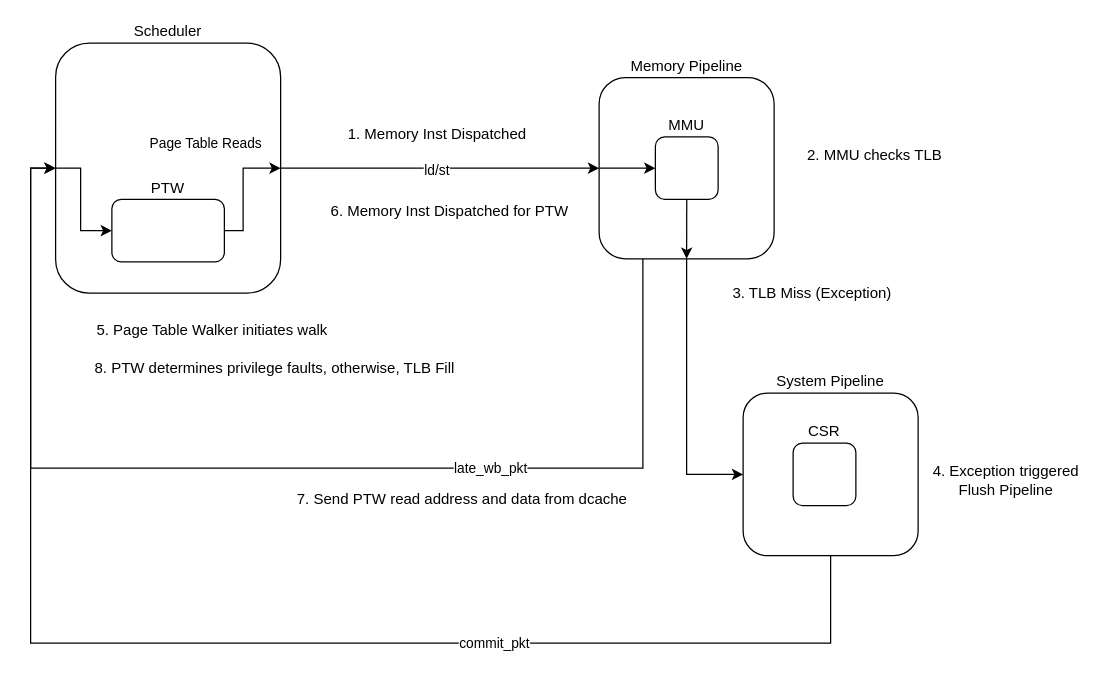
The draw.io diagram page "Privilege Fault" (7 of 8) of diagrams/black_parrot.drawio in JefferyLim/ec513_final_project, before the edit. Source tidied: cells renumbered, new cells numbered last; positions are measured from the earlier drawing's top-left corner, leaving out a move shared by most shapes. Both pictures are drawn from the tidied source at 125%, with x=0, y=0 at pixel (30, 42).
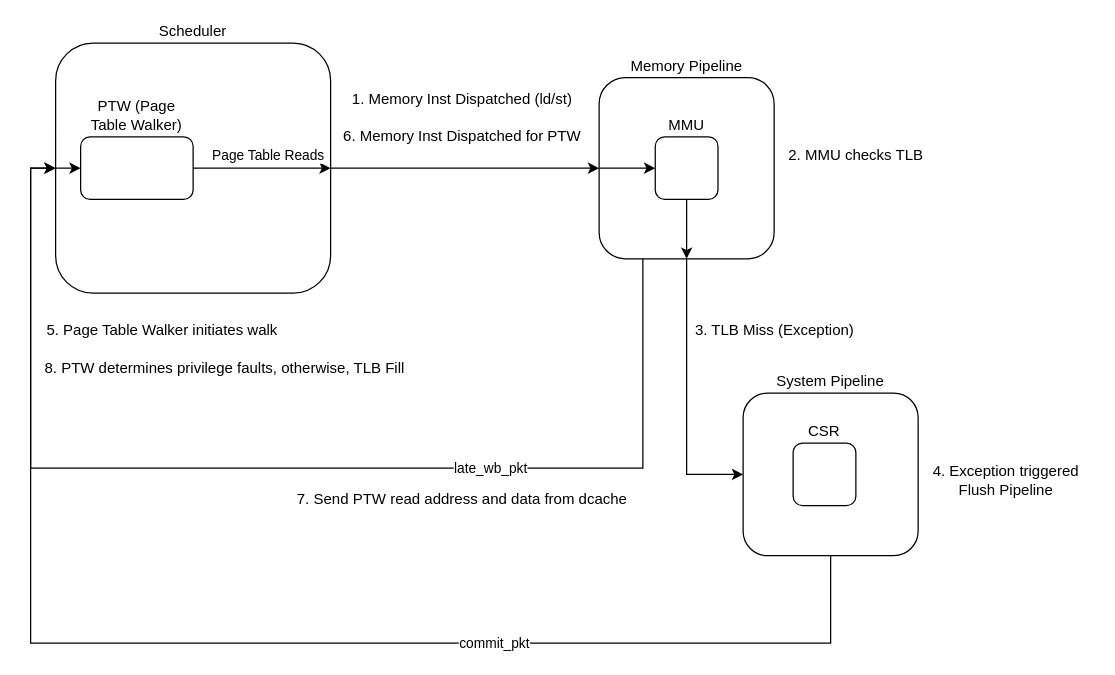
The same page after the edit.

Commit message (it also covers changes not shown here):
Adding more diagrams and milestone3 document

The change refers to these unchanged cells:
```xml
<mxCell id="2" style="edgeStyle=orthogonalEdgeStyle;rounded=0;jettySize=auto;html=1;" parent="1" edge="1" source="4" target="6">
  <mxGeometry relative="1" as="geometry" />
</mxCell>
```

Change to the diagram source:
```diff
@@
-    <mxCell id="3" value="ld/st" style="edgeLabel;html=1;align=center;verticalAlign=middle;" parent="2" vertex="1">
-      <mxGeometry x="-0.03" y="-1" relative="1" as="geometry" />
-    </mxCell>
     <mxCell id="4" value="Scheduler" style="rounded=1;whiteSpace=wrap;html=1;labelPosition=center;verticalLabelPosition=top;align=center;verticalAlign=bottom;" parent="1" vertex="1">
-      <mxGeometry x="20" width="180" height="200" as="geometry" />
+      <mxGeometry x="20" width="220" height="200" as="geometry" />
     </mxCell>
@@
-    <mxCell id="10" value="Page Table Reads" style="edgeStyle=orthogonalEdgeStyle;rounded=0;jettySize=auto;html=1;entryX=1;entryY=0.5;entryDx=0;entryDy=0;" parent="1" edge="1" source="11" target="4">
-      <mxGeometry x="0.37" y="36" relative="1" as="geometry">
+    <mxCell id="10" value="Page Table Reads" style="edgeStyle=orthogonalEdgeStyle;rounded=0;jettySize=auto;html=1;entryX=1;entryY=0.5;entryDx=0;entryDy=0;exitX=1;exitY=0.5;exitDx=0;exitDy=0;" parent="1" edge="1" source="11" target="4">
+      <mxGeometry x="0.09" y="10" relative="1" as="geometry">
         <Array as="points">
-          <mxPoint x="170" y="150" />
+          <mxPoint x="170" y="100" />
           <mxPoint x="170" y="100" />
         </Array>
-        <mxPoint x="-30" y="16" as="offset" />
       </mxGeometry>
     </mxCell>
-    <mxCell id="11" value="PTW" style="rounded=1;whiteSpace=wrap;html=1;labelPosition=center;verticalLabelPosition=top;align=center;verticalAlign=bottom;" parent="1" vertex="1">
-      <mxGeometry x="65" y="125" width="90" height="50" as="geometry" />
+    <mxCell id="11" value="PTW (Page Table Walker)" style="rounded=1;whiteSpace=wrap;html=1;labelPosition=center;verticalLabelPosition=top;align=center;verticalAlign=bottom;" parent="1" vertex="1">
+      <mxGeometry x="40" y="75" width="90" height="50" as="geometry" />
     </mxCell>
     <mxCell id="12" style="endArrow=classic;html=1;rounded=0;exitX=0;exitY=0.5;exitDx=0;exitDy=0;entryX=0;entryY=0.5;entryDx=0;entryDy=0;" parent="1" edge="1" source="4" target="11">
       <mxGeometry relative="1" as="geometry">
         <Array as="points">
           <mxPoint x="40" y="100" />
-          <mxPoint x="40" y="150" />
         </Array>
       </mxGeometry>
     </mxCell>
     <mxCell id="13" value="MMU" style="rounded=1;whiteSpace=wrap;html=1;labelPosition=center;verticalLabelPosition=top;align=center;verticalAlign=bottom;" parent="1" vertex="1">
-      <mxGeometry x="499.8" y="75" width="50.2" height="50" as="geometry" />
+      <mxGeometry x="499.7" y="75" width="50.2" height="50" as="geometry" />
     </mxCell>
@@
-    <mxCell id="16" value="1. Memory Inst Dispatched" style="text;html=1;align=center;verticalAlign=middle;strokeColor=none;fillColor=none;" parent="1" vertex="1">
-      <mxGeometry x="240" y="58" width="170" height="30" as="geometry" />
+    <mxCell id="16" value="1. Memory Inst Dispatched (ld/st)" style="text;html=1;align=center;verticalAlign=middle;strokeColor=none;fillColor=none;" parent="1" vertex="1">
+      <mxGeometry x="245" y="30" width="200" height="30" as="geometry" />
     </mxCell>
     <mxCell id="17" value="2. MMU checks TLB" style="text;html=1;align=center;verticalAlign=middle;strokeColor=none;fillColor=none;" parent="1" vertex="1">
-      <mxGeometry x="610" y="75" width="130" height="30" as="geometry" />
+      <mxGeometry x="594.8" y="75" width="130" height="30" as="geometry" />
     </mxCell>
     <mxCell id="18" value="3. TLB Miss (Exception)" style="text;html=1;align=center;verticalAlign=middle;strokeColor=none;fillColor=none;" parent="1" vertex="1">
-      <mxGeometry x="550" y="185" width="150" height="30" as="geometry" />
+      <mxGeometry x="520" y="215" width="150" height="30" as="geometry" />
     </mxCell>
@@
     <mxCell id="21" value="5. Page Table Walker initiates walk" style="text;html=1;align=center;verticalAlign=middle;strokeColor=none;fillColor=none;" parent="1" vertex="1">
-      <mxGeometry x="40" y="215" width="210" height="30" as="geometry" />
+      <mxGeometry y="215" width="210" height="30" as="geometry" />
     </mxCell>
     <mxCell id="22" value="6. Memory Inst Dispatched for PTW" style="text;html=1;align=center;verticalAlign=middle;strokeColor=none;fillColor=none;" parent="1" vertex="1">
-      <mxGeometry x="230" y="120" width="210" height="30" as="geometry" />
+      <mxGeometry x="240" y="60" width="210" height="30" as="geometry" />
     </mxCell>
@@
     <mxCell id="24" value="8. PTW determines privilege faults, otherwise, TLB Fill" style="text;html=1;align=center;verticalAlign=middle;strokeColor=none;fillColor=none;" parent="1" vertex="1">
-      <mxGeometry x="40" y="245" width="310" height="30" as="geometry" />
+      <mxGeometry y="245" width="310" height="30" as="geometry" />
     </mxCell>
```
